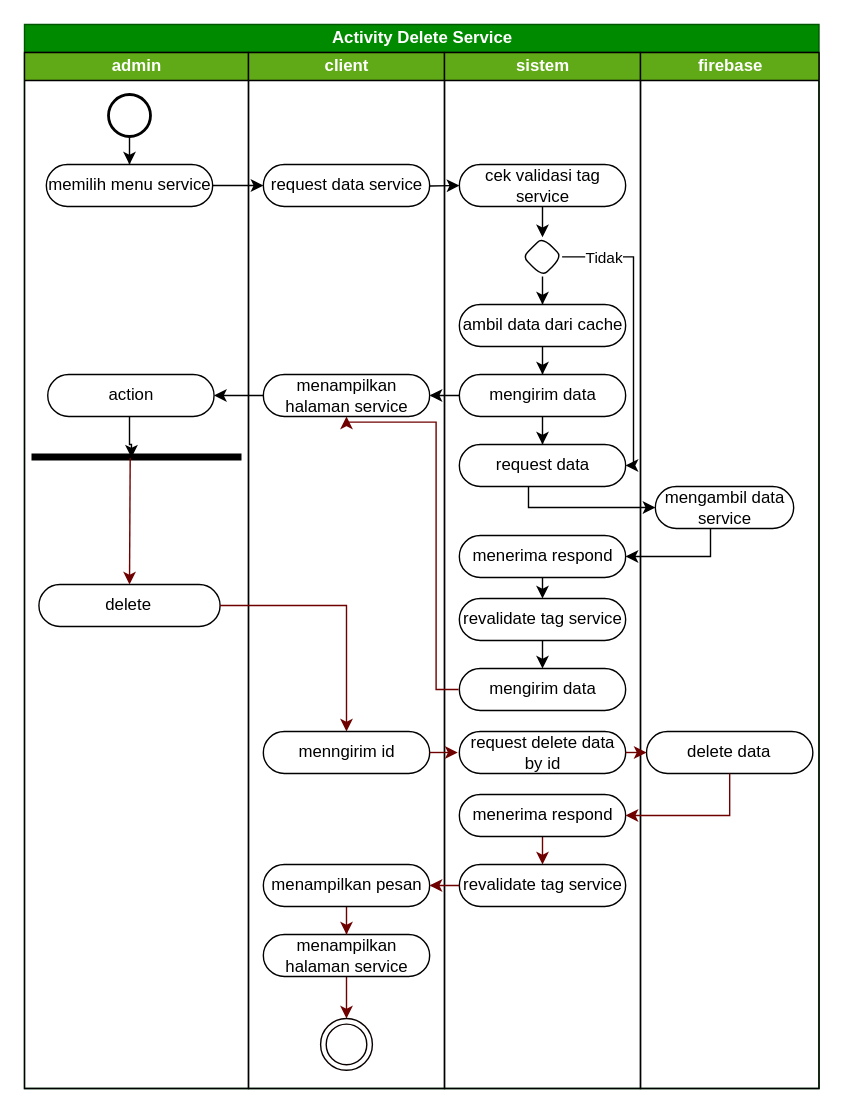
This is page "activity delete service" (33 of 44) of skrpsian.drawio from ThikerXCX/umltoko, a draw.io file, before an edit. Source tidied: cells renumbered, new cells numbered last; positions are measured from the earlier drawing's top-left corner, leaving out a move shared by most shapes. Both pictures are drawn from the tidied source at 140%, with x=0, y=0 at pixel (24, 24).
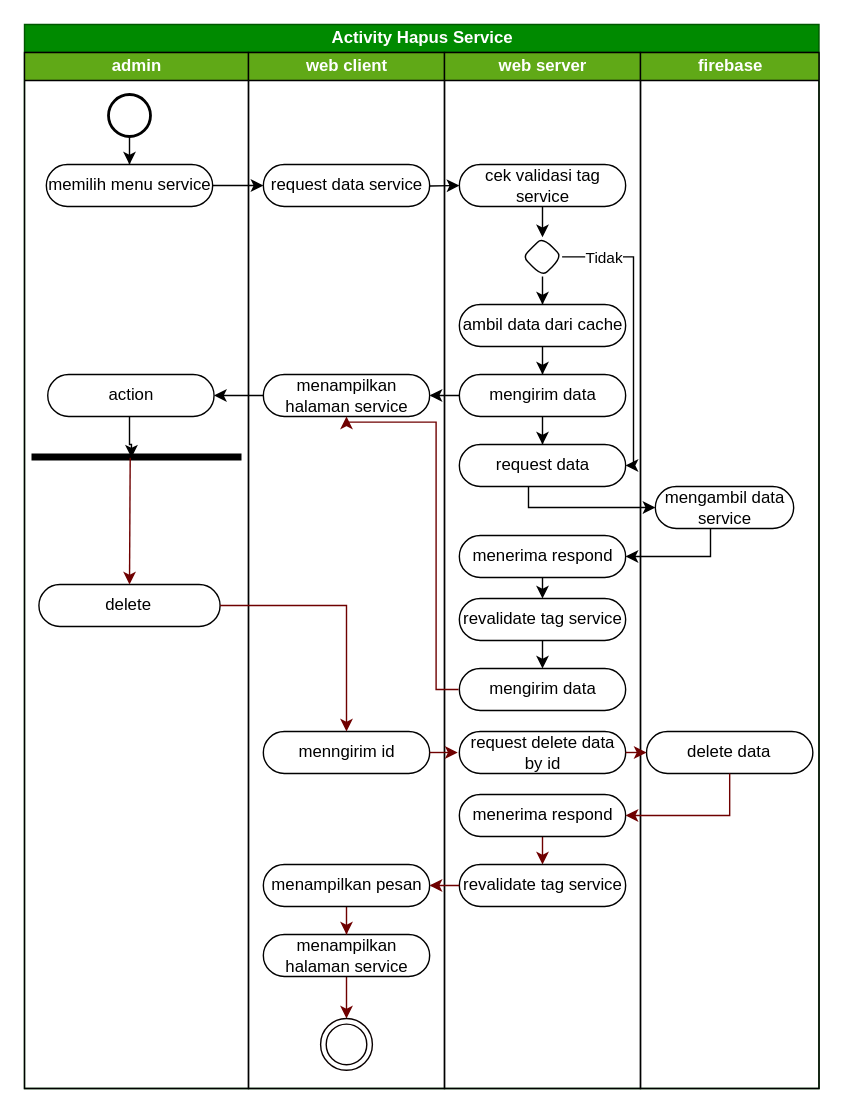
The same page after the edit.

What changed in the source:
```diff
@@
-    <mxCell id="2" value="Activity Delete Service" style="swimlane;startSize=20;html=1;fillColor=#008a00;fontColor=#ffffff;strokeColor=#005700;" parent="1" vertex="1">
+    <mxCell id="2" value="Activity Hapus Service" style="swimlane;startSize=20;html=1;fillColor=#008a00;fontColor=#ffffff;strokeColor=#005700;" parent="1" vertex="1">
       <mxGeometry width="567.5" height="760" as="geometry" />
     </mxCell>
@@
-    <mxCell id="12" value="client" style="swimlane;startSize=20;html=1;fillColor=#60a917;fontColor=#ffffff;strokeColor=#000000;" parent="2" vertex="1">
+    <mxCell id="12" value="web client" style="swimlane;startSize=20;html=1;fillColor=#60a917;fontColor=#ffffff;strokeColor=#000000;" parent="2" vertex="1">
       <mxGeometry x="160" y="20" width="140" height="740" as="geometry" />
     </mxCell>
@@
-    <mxCell id="21" value="sistem" style="swimlane;startSize=20;html=1;fillColor=#60a917;fontColor=#ffffff;strokeColor=#000000;" parent="2" vertex="1">
+    <mxCell id="21" value="web server" style="swimlane;startSize=20;html=1;fillColor=#60a917;fontColor=#ffffff;strokeColor=#000000;" parent="2" vertex="1">
       <mxGeometry x="300" y="20" width="140" height="740" as="geometry" />
     </mxCell>
```
